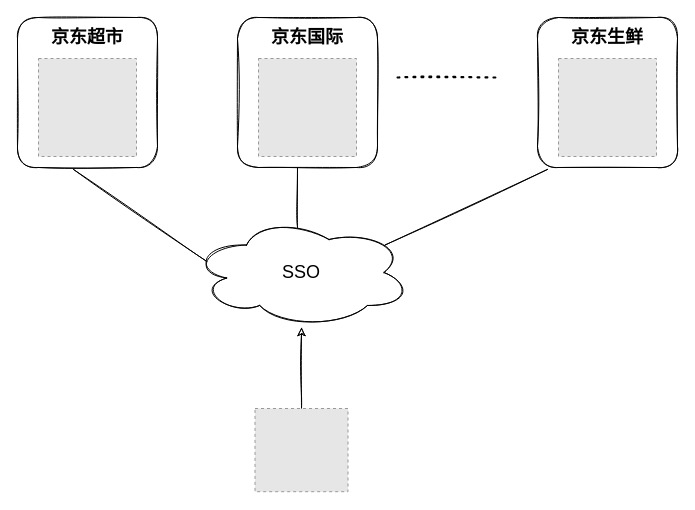
Before: docs/system-design/security/images/basis-of-authority-certification/sso.drawio in Snailclimb/JavaGuide, a draw.io diagram. Source tidied: cells renumbered, new cells numbered last; positions are measured from the earlier drawing's top-left corner, leaving out a move shared by most shapes. Both pictures are drawn from the tidied source at 100%, with x=0, y=0 at pixel (17, 17). Pictures stored in the file or linked from it are replaced by grey dashed boxes.
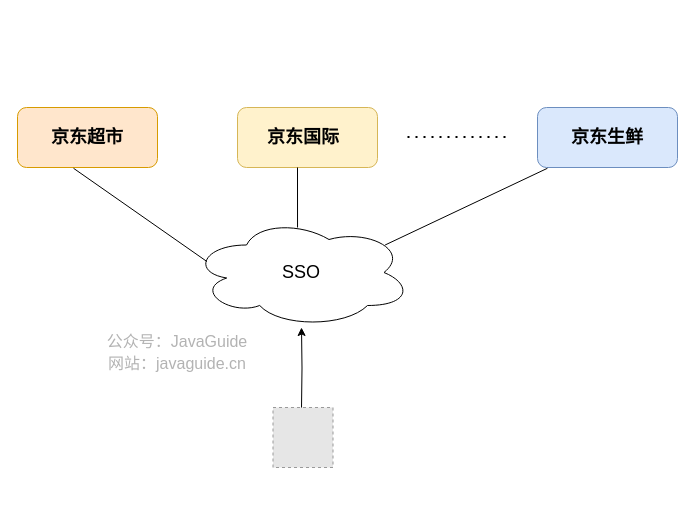
The same diagram, later.

Diff of the diagram source:
```diff
@@
 <mxGraphModel>
   <root>
     <mxCell id="0" />
     <mxCell id="1" parent="0" />
-    <mxCell id="2" style="edgeStyle=orthogonalEdgeStyle;rounded=0;jettySize=auto;html=1;fontSize=18;sketch=1;" parent="1" edge="1" source="3" target="4">
-      <mxGeometry relative="1" as="geometry" />
+    <mxCell id="2" style="edgeStyle=orthogonalEdgeStyle;rounded=0;jettySize=auto;html=1;fontSize=18;sketch=0;" parent="1" edge="1" target="4">
+      <mxGeometry relative="1" as="geometry">
+        <mxPoint x="284" y="391" as="sourcePoint" />
+      </mxGeometry>
     </mxCell>
-    <mxCell id="3" style="fillColor=#E6E6E6;strokeColor=#999999;dashed=1;verticalLabelPosition=bottom;verticalAlign=top;" parent="1" vertex="1">
-      <mxGeometry x="237.5" y="391" width="93" height="83.2" as="geometry" />
-    </mxCell>
-    <mxCell id="4" value="SSO" style="ellipse;shape=cloud;whiteSpace=wrap;html=1;fontSize=18;sketch=1;rounded=1;" parent="1" vertex="1">
+    <mxCell id="4" value="SSO" style="ellipse;shape=cloud;whiteSpace=wrap;html=1;fontSize=18;sketch=0;rounded=1;" parent="1" vertex="1">
       <mxGeometry x="174" y="200" width="220" height="110" as="geometry" />
     </mxCell>
-    <mxCell id="5" style="whiteSpace=wrap;html=1;sketch=1;rounded=1;" parent="1" vertex="1">
-      <mxGeometry width="140" height="150" as="geometry" />
+    <mxCell id="5" style="whiteSpace=wrap;html=1;sketch=0;rounded=1;fillColor=#ffe6cc;strokeColor=#d79b00;" parent="1" vertex="1">
+      <mxGeometry y="90" width="140" height="60" as="geometry" />
     </mxCell>
-    <mxCell id="6" style="fillColor=#E6E6E6;strokeColor=#999999;dashed=1;verticalLabelPosition=bottom;verticalAlign=top;" parent="1" vertex="1">
-      <mxGeometry x="21" y="41" width="98" height="98" as="geometry" />
-    </mxCell>
-    <mxCell id="7" value="京东超市&lt;br&gt;" style="text;html=1;strokeColor=none;fillColor=none;align=center;verticalAlign=middle;whiteSpace=wrap;fontSize=18;fontStyle=1;sketch=1;rounded=1;" parent="1" vertex="1">
-      <mxGeometry x="25" y="10" width="90" height="20" as="geometry" />
+    <mxCell id="7" value="京东超市&lt;br&gt;" style="text;html=1;strokeColor=none;fillColor=none;align=center;verticalAlign=middle;whiteSpace=wrap;fontSize=18;fontStyle=1;sketch=0;rounded=1;" parent="1" vertex="1">
+      <mxGeometry x="25" y="110" width="90" height="20" as="geometry" />
     </mxCell>
-    <mxCell id="8" style="whiteSpace=wrap;html=1;sketch=1;rounded=1;" parent="1" vertex="1">
-      <mxGeometry x="220" width="140" height="150" as="geometry" />
+    <mxCell id="8" style="whiteSpace=wrap;html=1;sketch=0;rounded=1;fillColor=#fff2cc;strokeColor=#d6b656;" parent="1" vertex="1">
+      <mxGeometry x="220" y="90" width="140" height="60" as="geometry" />
     </mxCell>
-    <mxCell id="9" style="fillColor=#E6E6E6;strokeColor=#999999;dashed=1;verticalLabelPosition=bottom;verticalAlign=top;" parent="1" vertex="1">
-      <mxGeometry x="241" y="41" width="98" height="98" as="geometry" />
-    </mxCell>
-    <mxCell id="10" value="京东国际" style="text;html=1;strokeColor=none;fillColor=none;align=center;verticalAlign=middle;whiteSpace=wrap;fontSize=18;fontStyle=1;sketch=1;rounded=1;" parent="1" vertex="1">
-      <mxGeometry x="245" y="10" width="90" height="20" as="geometry" />
+    <mxCell id="10" value="京东国际" style="text;html=1;strokeColor=none;fillColor=none;align=center;verticalAlign=middle;whiteSpace=wrap;fontSize=18;fontStyle=1;sketch=0;rounded=1;" parent="1" vertex="1">
+      <mxGeometry x="240.5" y="110" width="90" height="20" as="geometry" />
     </mxCell>
-    <mxCell id="11" style="whiteSpace=wrap;html=1;sketch=1;rounded=1;" parent="1" vertex="1">
-      <mxGeometry x="520" width="140" height="150" as="geometry" />
+    <mxCell id="11" style="whiteSpace=wrap;html=1;sketch=0;rounded=1;fillColor=#dae8fc;strokeColor=#6c8ebf;" parent="1" vertex="1">
+      <mxGeometry x="520" y="90" width="140" height="60" as="geometry" />
     </mxCell>
-    <mxCell id="12" style="fillColor=#E6E6E6;strokeColor=#999999;dashed=1;verticalLabelPosition=bottom;verticalAlign=top;" parent="1" vertex="1">
-      <mxGeometry x="541" y="41" width="98" height="98" as="geometry" />
-    </mxCell>
-    <mxCell id="13" value="京东生鲜" style="text;html=1;strokeColor=none;fillColor=none;align=center;verticalAlign=middle;whiteSpace=wrap;fontSize=18;fontStyle=1;sketch=1;rounded=1;" parent="1" vertex="1">
-      <mxGeometry x="545" y="10" width="90" height="20" as="geometry" />
+    <mxCell id="13" value="京东生鲜" style="text;html=1;strokeColor=none;fillColor=none;align=center;verticalAlign=middle;whiteSpace=wrap;fontSize=18;fontStyle=1;sketch=0;rounded=1;" parent="1" vertex="1">
+      <mxGeometry x="545" y="110" width="90" height="20" as="geometry" />
     </mxCell>
-    <mxCell id="14" style="endArrow=none;dashed=1;html=1;dashPattern=1 3;strokeWidth=2;fontSize=18;sketch=1;" parent="1" edge="1">
+    <mxCell id="14" style="endArrow=none;dashed=1;html=1;dashPattern=1 3;strokeWidth=2;fontSize=18;sketch=0;" parent="1" edge="1">
       <mxGeometry relative="1" as="geometry">
-        <mxPoint x="380" y="60" as="sourcePoint" />
-        <mxPoint x="480" y="60" as="targetPoint" />
+        <mxPoint x="390" y="119.5" as="sourcePoint" />
+        <mxPoint x="490" y="119.5" as="targetPoint" />
       </mxGeometry>
     </mxCell>
-    <mxCell id="15" style="endArrow=none;html=1;fontSize=18;exitX=0.07;exitY=0.4;exitDx=0;exitDy=0;exitPerimeter=0;entryX=0.4;entryY=1.013;entryDx=0;entryDy=0;entryPerimeter=0;sketch=1;" parent="1" edge="1" source="4" target="5">
+    <mxCell id="15" style="endArrow=none;html=1;fontSize=18;exitX=0.07;exitY=0.4;exitDx=0;exitDy=0;exitPerimeter=0;entryX=0.4;entryY=1.013;entryDx=0;entryDy=0;entryPerimeter=0;sketch=0;" parent="1" edge="1" source="4" target="5">
       <mxGeometry relative="1" as="geometry" />
     </mxCell>
-    <mxCell id="16" style="endArrow=none;html=1;fontSize=18;exitX=0.482;exitY=0.091;exitDx=0;exitDy=0;exitPerimeter=0;entryX=0.4;entryY=1.013;entryDx=0;entryDy=0;entryPerimeter=0;sketch=1;" parent="1" edge="1" source="4">
+    <mxCell id="16" style="endArrow=none;html=1;fontSize=18;exitX=0.482;exitY=0.091;exitDx=0;exitDy=0;exitPerimeter=0;entryX=0.4;entryY=1.013;entryDx=0;entryDy=0;entryPerimeter=0;sketch=0;" parent="1" edge="1" source="4">
       <mxGeometry relative="1" as="geometry">
         <mxPoint x="280" y="150" as="targetPoint" />
       </mxGeometry>
     </mxCell>
-    <mxCell id="17" style="endArrow=none;html=1;fontSize=18;exitX=0.88;exitY=0.25;exitDx=0;exitDy=0;exitPerimeter=0;entryX=0.071;entryY=1.013;entryDx=0;entryDy=0;entryPerimeter=0;sketch=1;" parent="1" edge="1" source="4" target="11">
+    <mxCell id="17" style="endArrow=none;html=1;fontSize=18;exitX=0.88;exitY=0.25;exitDx=0;exitDy=0;exitPerimeter=0;entryX=0.071;entryY=1.013;entryDx=0;entryDy=0;entryPerimeter=0;sketch=0;" parent="1" edge="1" source="4" target="11">
       <mxGeometry relative="1" as="geometry" />
     </mxCell>
+    <mxCell id="18" style="fillColor=#E6E6E6;strokeColor=#999999;dashed=1;verticalLabelPosition=bottom;labelBackgroundColor=#ffffff;verticalAlign=top;" parent="1" vertex="1">
+      <mxGeometry x="255.5" y="390" width="60" height="60" as="geometry" />
+    </mxCell>
+    <mxCell id="19" value="&lt;font style=&quot;font-size: 16px&quot;&gt;公众号：JavaGuide&lt;br&gt;网站：javaguide.cn&lt;/font&gt;" style="text;html=1;strokeColor=none;fillColor=none;align=center;verticalAlign=middle;whiteSpace=wrap;rounded=0;labelBackgroundColor=none;fontSize=18;fontColor=#B3B3B3;rotation=0;sketch=0;shadow=0;" parent="1" vertex="1">
+      <mxGeometry x="70" y="330" width="180" height="10" as="geometry" />
+    </mxCell>
   </root>
 </mxGraphModel>
```
